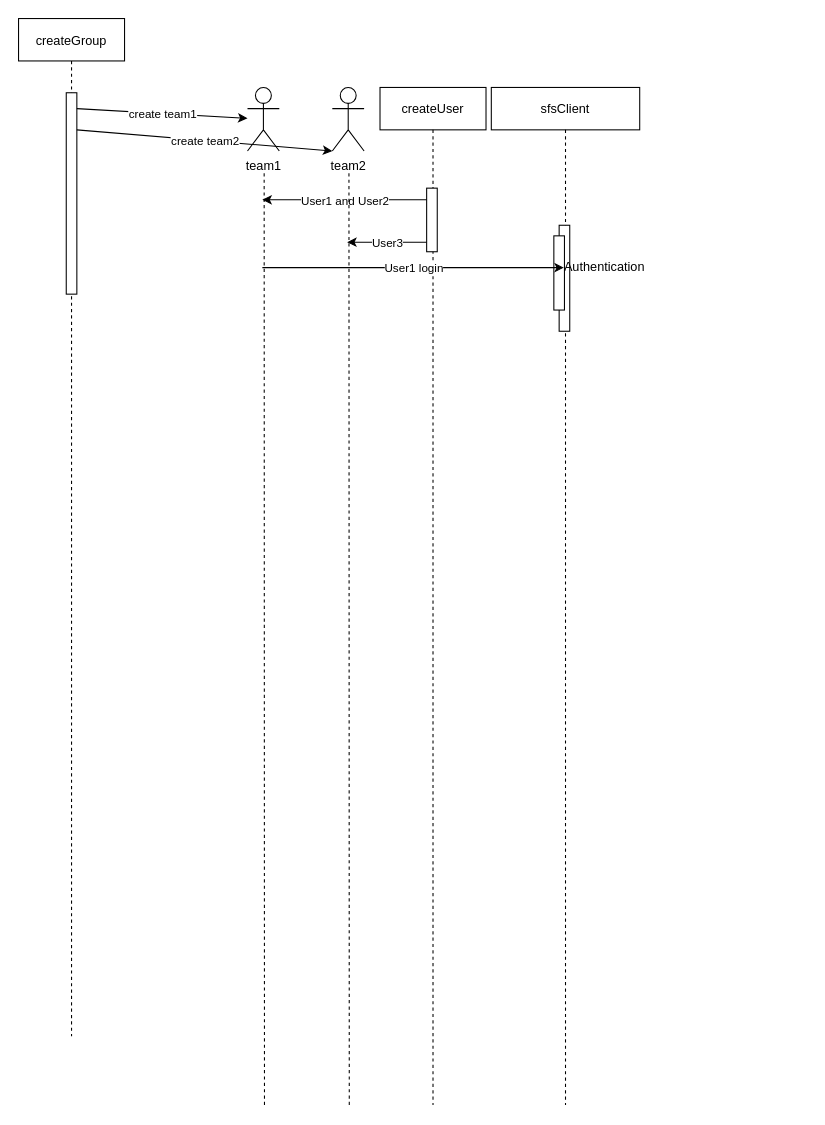
Above: UML Sequence Diagram.drawio in Dekr0/SFS (draw.io), before the change. Source tidied: cells renumbered, new cells numbered last; positions are measured from the earlier drawing's top-left corner, leaving out a move shared by most shapes. Both pictures are drawn from the tidied source at 106%, with x=0, y=0 at pixel (18, 18).
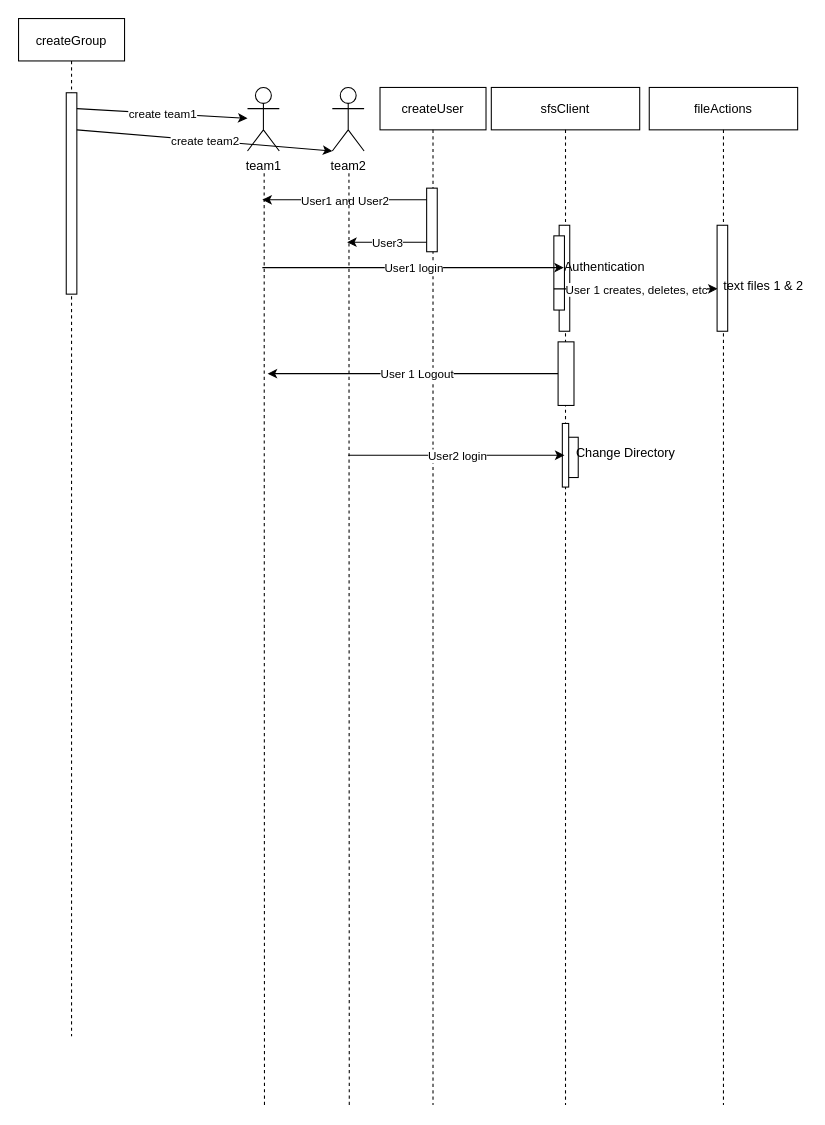
Above is the later version.

Commit message (it also covers changes not shown here):
Sequence Diagram (Work in Progress)

Unchanged cells that the change refers to:
```xml
<mxCell id="2" value="createUser" style="shape=umlLifeline;perimeter=lifelinePerimeter;rounded=0;shadow=0;strokeWidth=1;" parent="1" vertex="1">
  <mxGeometry x="341" y="65" width="100" height="960" as="geometry" />
</mxCell>
<mxCell id="8" value="sfsClient" style="shape=umlLifeline;perimeter=lifelinePerimeter;rounded=0;shadow=0;strokeWidth=1;" parent="1" vertex="1">
  <mxGeometry x="446" y="65" width="140" height="960" as="geometry" />
</mxCell>
```

The edit, as a diff of the source:
```diff
@@
+    <mxCell id="24" style="endArrow=classic;html=1;rounded=0;" parent="2" edge="1">
+      <mxGeometry relative="1" as="geometry">
+        <mxPoint x="175.5" y="270" as="sourcePoint" />
+        <mxPoint x="-106" y="270" as="targetPoint" />
+      </mxGeometry>
+    </mxCell>
+    <mxCell id="25" value="User 1 Logout" style="edgeLabel;html=1;align=center;verticalAlign=middle;" parent="24" vertex="1">
+      <mxGeometry relative="1" as="geometry" />
+    </mxCell>
@@
+    <mxCell id="26" style="endArrow=classic;html=1;rounded=0;" parent="8" edge="1">
+      <mxGeometry relative="1" as="geometry">
+        <mxPoint x="59" y="190" as="sourcePoint" />
+        <mxPoint x="213.5" y="190" as="targetPoint" />
+      </mxGeometry>
+    </mxCell>
+    <mxCell id="27" value="User 1 creates, deletes, etc" style="edgeLabel;html=1;align=center;verticalAlign=middle;" parent="26" vertex="1">
+      <mxGeometry relative="1" as="geometry" />
+    </mxCell>
+    <mxCell id="28" style="rounded=0;whiteSpace=wrap;html=1;" parent="8" vertex="1">
+      <mxGeometry x="63" y="240" width="15" height="60" as="geometry" />
+    </mxCell>
+    <mxCell id="29" style="rounded=0;whiteSpace=wrap;html=1;" parent="8" vertex="1">
+      <mxGeometry x="72" y="330" width="10" height="38" as="geometry" />
+    </mxCell>
@@
+    <mxCell id="30" value="fileActions" style="shape=umlLifeline;perimeter=lifelinePerimeter;rounded=0;shadow=0;strokeWidth=1;" parent="1" vertex="1">
+      <mxGeometry x="595" y="65" width="140" height="960" as="geometry" />
+    </mxCell>
+    <mxCell id="31" style="perimeter=orthogonalPerimeter;rounded=0;shadow=0;strokeWidth=1;" parent="30" vertex="1">
+      <mxGeometry x="64" y="130" width="10" height="100" as="geometry" />
+    </mxCell>
+    <mxCell id="32" value="text files 1 &amp;amp; 2" style="text;html=1;strokeColor=none;fillColor=none;align=center;verticalAlign=middle;whiteSpace=wrap;rounded=0;" parent="30" vertex="1">
+      <mxGeometry x="68" y="173" width="80" height="30" as="geometry" />
+    </mxCell>
+    <mxCell id="33" style="rounded=0;whiteSpace=wrap;html=1;" parent="1" vertex="1">
+      <mxGeometry x="513" y="382" width="6" height="60" as="geometry" />
+    </mxCell>
+    <mxCell id="34" style="endArrow=classic;html=1;rounded=0;" parent="1" edge="1">
+      <mxGeometry relative="1" as="geometry">
+        <mxPoint x="311" y="412" as="sourcePoint" />
+        <mxPoint x="515" y="412" as="targetPoint" />
+      </mxGeometry>
+    </mxCell>
+    <mxCell id="35" value="User2 login" style="edgeLabel;html=1;align=center;verticalAlign=middle;" parent="34" vertex="1">
+      <mxGeometry relative="1" as="geometry" />
+    </mxCell>
+    <mxCell id="36" value="Change Directory" style="text;html=1;strokeColor=none;fillColor=none;align=center;verticalAlign=middle;whiteSpace=wrap;rounded=0;" parent="1" vertex="1">
+      <mxGeometry x="521" y="395" width="104" height="30" as="geometry" />
+    </mxCell>
```
